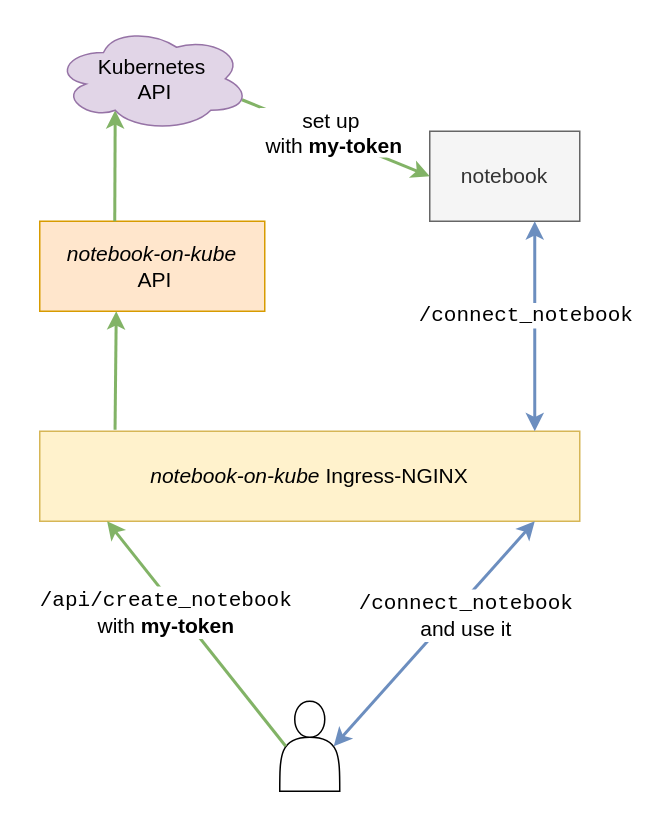
Earlier version of the draw.io diagram artwork/notebook-on-kube.drawio (machine424/notebook-on-kube). Source tidied: cells renumbered, new cells numbered last; positions are measured from the earlier drawing's top-left corner, leaving out a move shared by most shapes. Both pictures are drawn from the tidied source at 150%, with x=0, y=0 at pixel (39, 26).
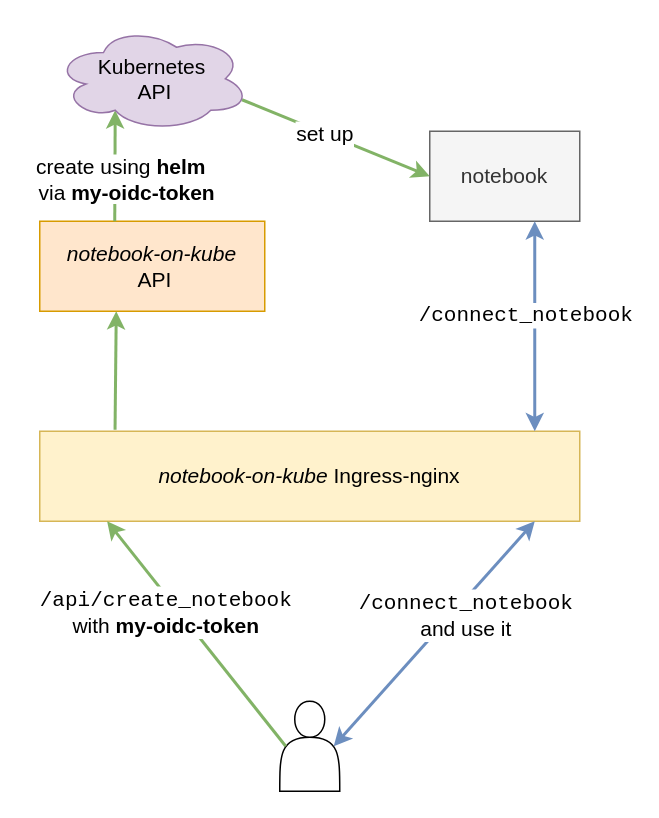
The same page after the edit.

Unchanged cells that the change refers to:
```xml
<mxCell id="5" style="endArrow=classic;html=1;rounded=0;exitX=0.1;exitY=0.5;exitDx=0;exitDy=0;exitPerimeter=0;fontColor=#669c35;fillColor=#d5e8d4;strokeColor=#82b366;strokeWidth=2;entryX=0.122;entryY=1.017;entryDx=0;entryDy=0;entryPerimeter=0;" parent="1" edge="1" source="4">
  <mxGeometry x="0.29" y="35" relative="1" as="geometry">
    <mxPoint x="44.9" y="330" as="targetPoint" />
  </mxGeometry>
</mxCell>
<mxCell id="12" style="endArrow=classic;html=1;rounded=0;fontFamily=Helvetica;fontSize=13;exitX=0.96;exitY=0.7;exitDx=0;exitDy=0;entryX=0;entryY=0.5;entryDx=0;entryDy=0;fontColor=#669c35;fillColor=#d5e8d4;strokeColor=#82b366;strokeWidth=2;exitPerimeter=0;" parent="1" edge="1" source="15" target="8">
  <mxGeometry relative="1" as="geometry" />
</mxCell>
```

What changed in the source:
```diff
@@
-    <mxCell id="3" value="&lt;font style=&quot;font-size: 14px;&quot;&gt;&lt;i&gt;notebook-on-kube&lt;/i&gt;&amp;nbsp;Ingress-NGINX&lt;/font&gt;" style="rounded=0;whiteSpace=wrap;html=1;fillColor=#fff2cc;strokeColor=#d6b656;" parent="1" vertex="1">
+    <mxCell id="3" value="&lt;font style=&quot;font-size: 14px;&quot;&gt;&lt;i&gt;notebook-on-kube&lt;/i&gt;&amp;nbsp;Ingress-nginx&lt;/font&gt;" style="rounded=0;whiteSpace=wrap;html=1;fillColor=#fff2cc;strokeColor=#d6b656;" parent="1" vertex="1">
       <mxGeometry y="270" width="360" height="60" as="geometry" />
     </mxCell>
@@
-    <mxCell id="6" value="&lt;font style=&quot;font-size: 14px;&quot;&gt;&lt;font face=&quot;Courier New&quot;&gt;/api/create_notebook&lt;/font&gt;&lt;br&gt;with &lt;b&gt;my-token&lt;/b&gt;&lt;br&gt;&lt;/font&gt;" style="edgeLabel;html=1;align=center;verticalAlign=middle;" parent="5" vertex="1">
+    <mxCell id="6" value="&lt;font style=&quot;font-size: 14px;&quot;&gt;&lt;font face=&quot;Courier New&quot;&gt;/api/create_notebook&lt;/font&gt;&lt;br&gt;with &lt;b&gt;my-oidc-token&lt;/b&gt;&lt;br&gt;&lt;/font&gt;" style="edgeLabel;html=1;align=center;verticalAlign=middle;" parent="5" vertex="1">
       <mxGeometry x="0.01" y="1" relative="1" as="geometry">
         <mxPoint x="-19" y="-14" as="offset" />
       </mxGeometry>
     </mxCell>
@@
-    <mxCell id="13" value="&lt;font style=&quot;font-size: 14px;&quot;&gt;set up&lt;br&gt;&amp;nbsp;with &lt;b&gt;my-token&lt;/b&gt;&lt;/font&gt;" style="edgeLabel;html=1;align=center;verticalAlign=middle;fontSize=13;fontFamily=Helvetica;fontColor=#000000;" parent="12" vertex="1">
+    <mxCell id="13" value="&lt;font style=&quot;font-size: 14px;&quot;&gt;set up&lt;br&gt;&lt;br&gt;&lt;/font&gt;" style="edgeLabel;html=1;align=center;verticalAlign=middle;fontSize=13;fontFamily=Helvetica;fontColor=#000000;" parent="12" vertex="1">
       <mxGeometry x="-0.18" y="3" relative="1" as="geometry">
-        <mxPoint x="7" y="4" as="offset" />
+        <mxPoint x="3" y="13" as="offset" />
       </mxGeometry>
     </mxCell>
@@
+    <mxCell id="17" value="&lt;font style=&quot;font-size: 14px;&quot;&gt;create using &lt;b&gt;helm&lt;br&gt;&amp;nbsp;&amp;nbsp;&lt;/b&gt;via&amp;nbsp;&lt;/font&gt;&lt;span style=&quot;border-color: var(--border-color); font-size: 14px;&quot;&gt;&lt;b&gt;my-oidc-token&lt;/b&gt;&lt;/span&gt;" style="edgeLabel;html=1;align=center;verticalAlign=middle;fontSize=13;fontFamily=Helvetica;fontColor=#000000;" parent="1" vertex="1">
+      <mxGeometry x="60" y="100" as="geometry">
+        <mxPoint x="-7" y="1" as="offset" />
+      </mxGeometry>
+    </mxCell>
```
